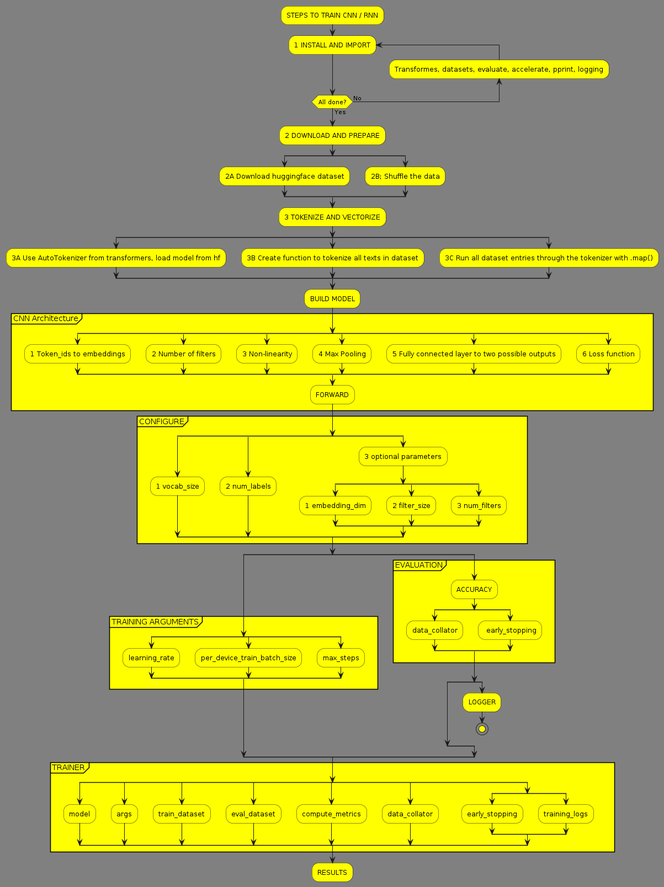
This is week2/out/full/full.png from heinohen/TKO_8965_deep_learning_HLT, a PlantUML export, as it was before one commit.
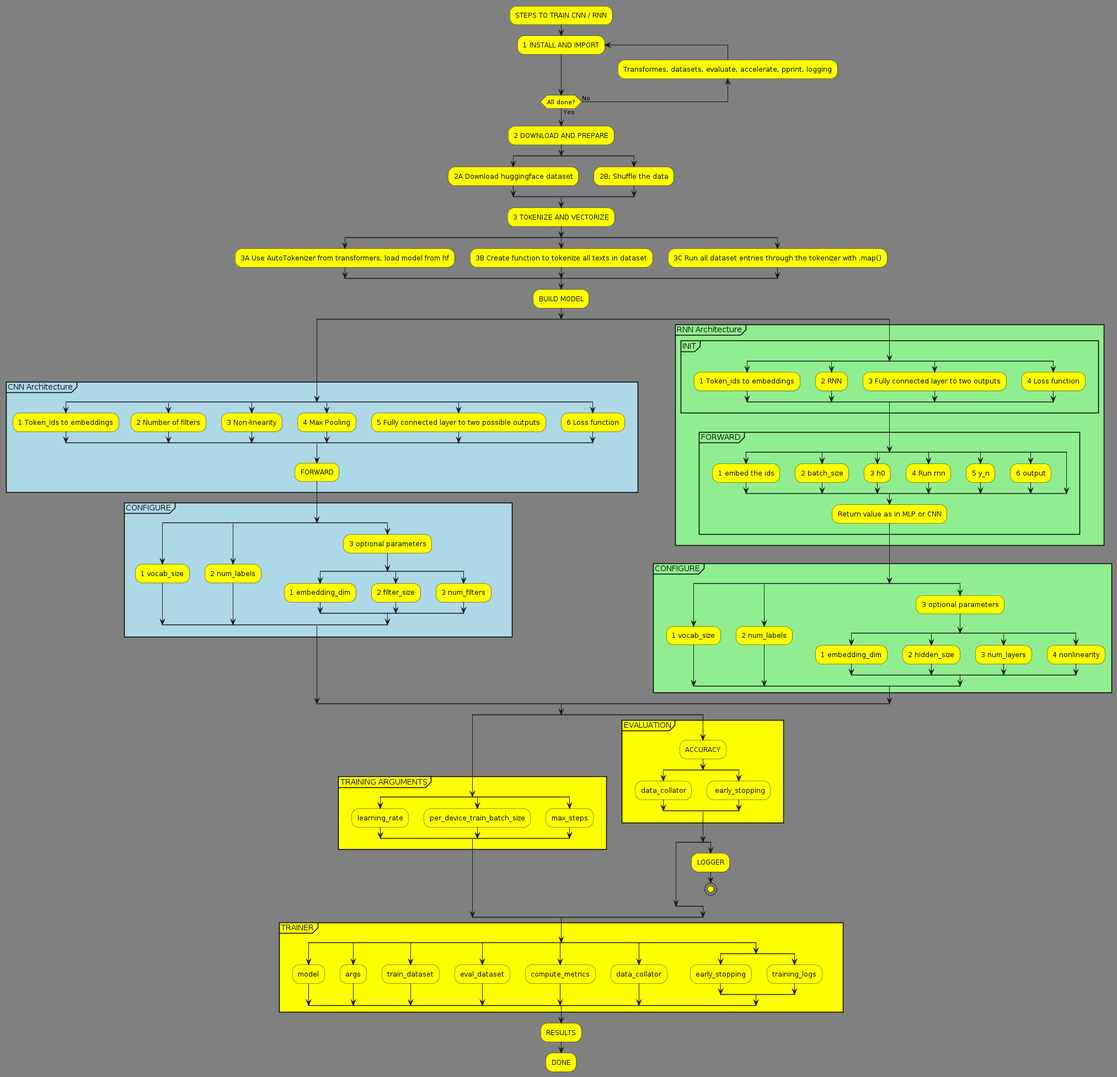
The same file after the commit.

What changed in the source:
```diff
@@ -30,7 +30,8 @@
    :3C Run all dataset entries through the tokenizer with .map();
 end split
 :BUILD MODEL;
-partition CNN Architecture {
+split
+partition #LightBlue CNN Architecture {
     split
         :1 Token_ids to embeddings;
     split again
@@ -46,7 +47,7 @@
     end split
     :FORWARD;
 }
-partition CONFIGURE {
+partition #LightBlue CONFIGURE {
     split
         :1 vocab_size;
     split again
@@ -62,6 +63,56 @@
         end split
     end split
 }
+split again
+partition #lightgreen RNN Architecture {
+    partition #lightgreen INIT {
+    split
+        :1 Token_ids to embeddings;
+    split again
+        :2 RNN;
+    split again
+        :3 Fully connected layer to two outputs;
+    split again
+        :4 Loss function;
+    end split
+    }
+    partition #lightgreen FORWARD {
+        split
+        :1 embed the ids;
+        split again
+        :2 batch_size;
+        split again
+        :3 h0;
+        split again
+        :4 Run rnn;
+        split again
+        :5 y_n;
+        split again
+        :6 output;
+        split again
+        end split
+        :Return value as in MLP or CNN;
+    }
+}
+partition #lightgreen CONFIGURE {
+    split
+        :1 vocab_size;
+    split again
+        :2 num_labels;
+    split again
+        :3 optional parameters;
+        split
+        :1 embedding_dim;
+        split again
+        :2 hidden_size;
+        split again
+        :3 num_layers;
+        split again
+        :4 nonlinearity;
+        end split
+    end split
+}
+end split
 split
     partition TRAINING ARGUMENTS {
         split
@@ -109,4 +160,5 @@
     end split
 }
 :RESULTS;
+:DONE;
 @enduml
```
